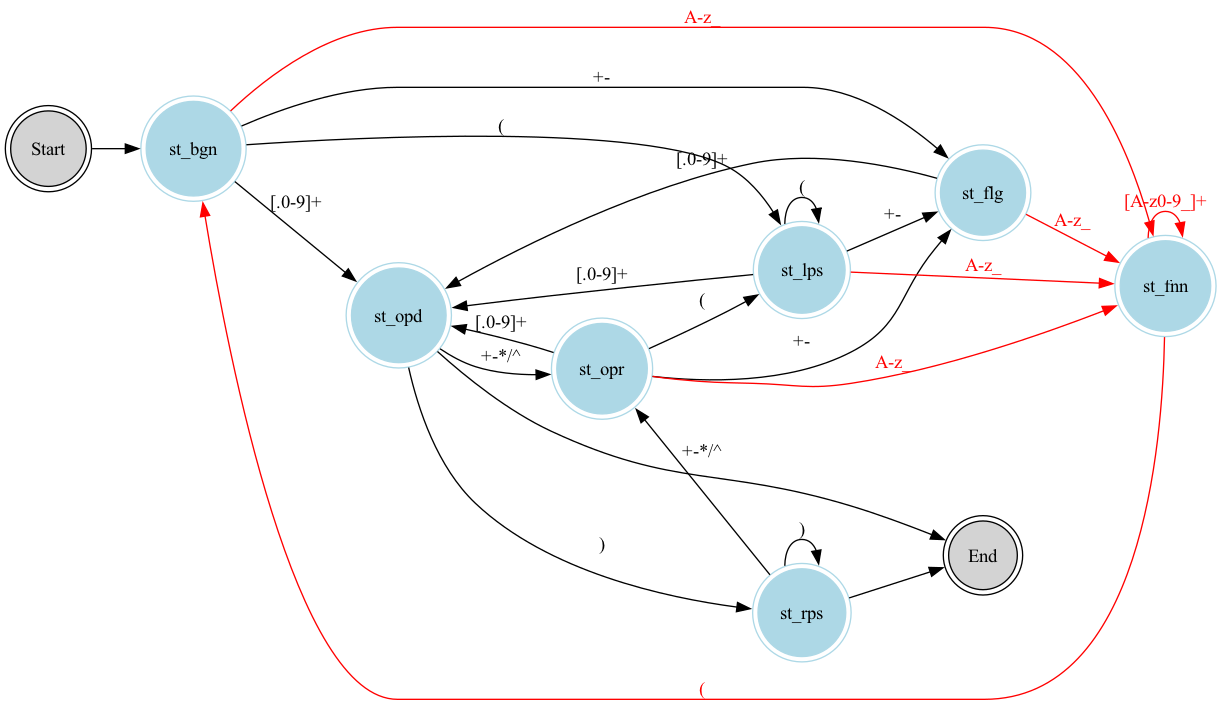
Above: state_transition.png in jacoolee/calc (Graphviz), before the change. Its source is kept beside it as state_transition.dot.
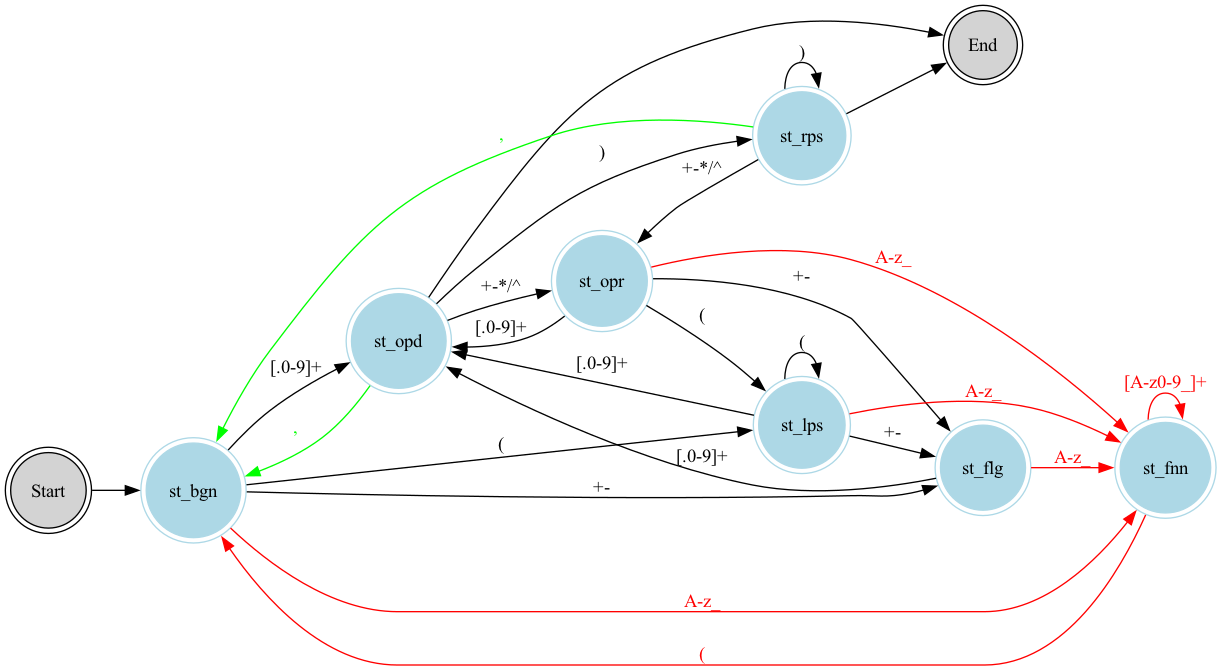
After the change.

What changed in the source:
```diff
@@ -23,6 +23,8 @@
 
         st_opd -> st_opr[label="+-*/^"];
         st_opd -> st_rps[label=")"];
+        st_opd -> st_bgn[label=",", color="green", fontcolor="green"];
+        st_opd -> st_end[label=""];
 
         st_opr -> st_opd[label="[.0-9]+"];
         st_opr -> st_lps[label="("];
@@ -36,15 +38,14 @@
 
         st_rps -> st_opr[label="+-*/^"];
         st_rps -> st_rps[label=")"];
+        st_rps -> st_bgn[label=",", color="green", fontcolor="green"];
+        st_rps -> st_end[label=""];
 
         st_flg -> st_opd[label="[.0-9]+"];
         st_flg -> st_fnn[label="A-z_", color="red", fontcolor="red"];
 
         st_fnn -> st_fnn[label="[A-z0-9_]+", color="red", fontcolor="red"];
         st_fnn -> st_bgn[label="(", color="red", fontcolor="red"];
-
-        st_opd -> st_end[label=""];
-        st_rps -> st_end[label=""];
     }
 
     {
```
